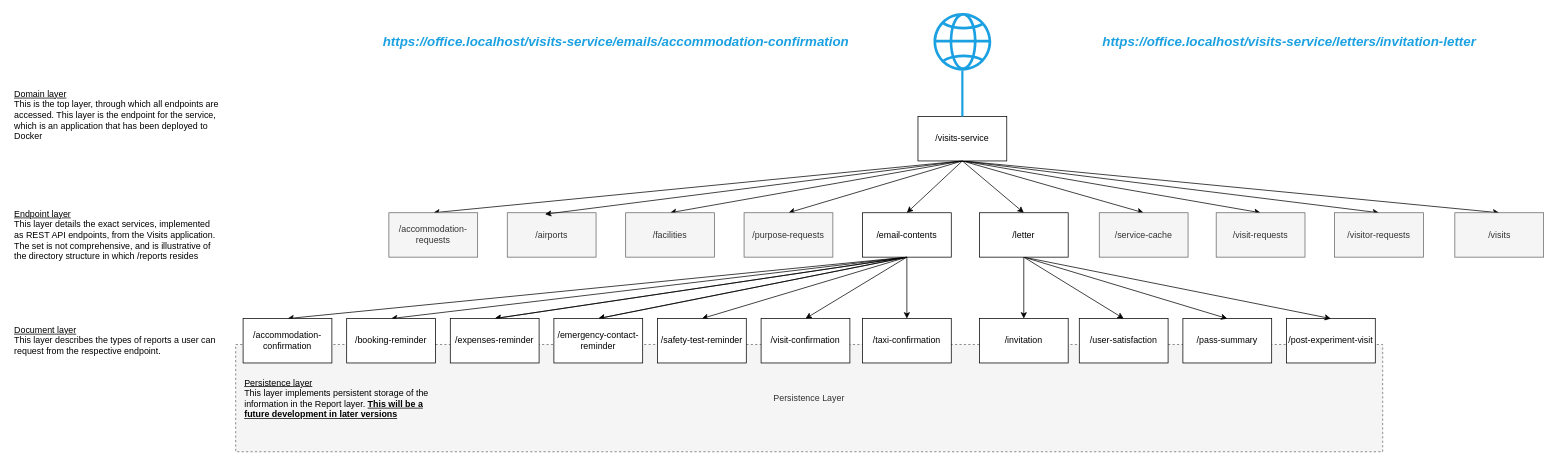
The draw.io diagram Service URL hierarchy.drawio in ambolt314/FinalProjectDesign, before the edit. Source tidied: cells renumbered, new cells numbered last; positions are measured from the earlier drawing's top-left corner, leaving out a move shared by most shapes. Both pictures are drawn from the tidied source at 74%, with x=0, y=0 at pixel (13, 13).
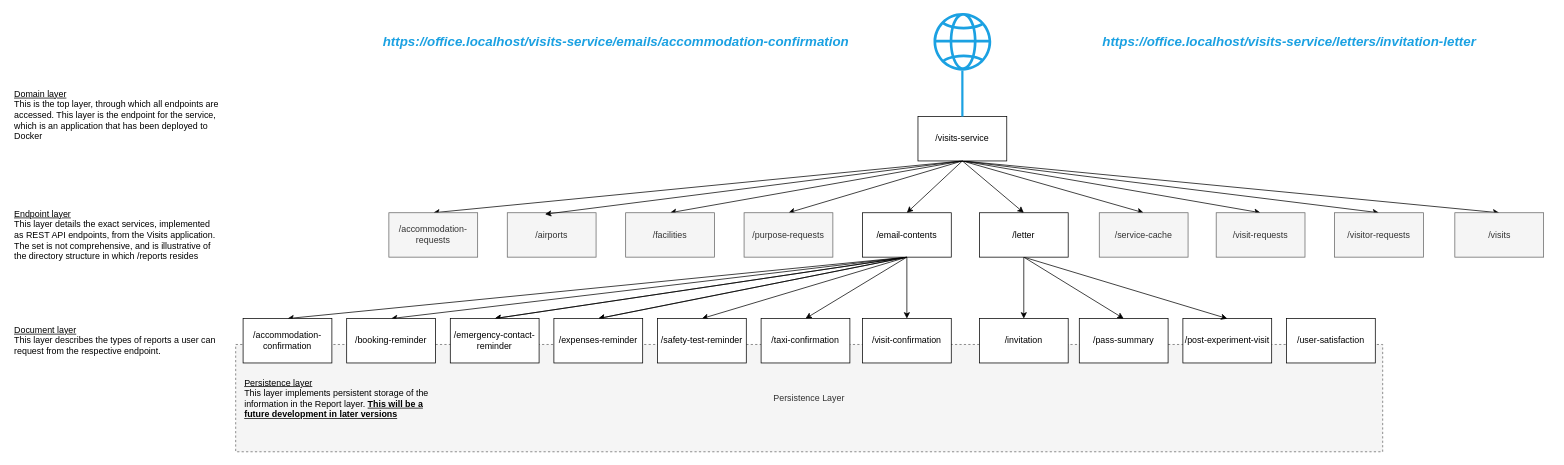
The same diagram, later.

Commit message:
Corrected alphabetical ordering

Unchanged cells that the change refers to:
```xml
<mxCell id="46" value="&lt;div&gt;/letter&lt;/div&gt;" style="rounded=0;whiteSpace=wrap;html=1;" parent="1" vertex="1">
  <mxGeometry x="1306" y="270" width="120" height="60" as="geometry" />
</mxCell>
```

Diff of the diagram source:
```diff
@@
-    <mxCell id="20" value="/visit-confirmation" style="rounded=0;whiteSpace=wrap;html=1;" parent="1" vertex="1">
+    <mxCell id="20" value="/taxi-confirmation" style="rounded=0;whiteSpace=wrap;html=1;" parent="1" vertex="1">
       <mxGeometry x="1011" y="413" width="120" height="60" as="geometry" />
     </mxCell>
@@
-    <mxCell id="28" value="/taxi-confirmation" style="rounded=0;whiteSpace=wrap;html=1;" parent="1" vertex="1">
+    <mxCell id="28" value="/visit-confirmation" style="rounded=0;whiteSpace=wrap;html=1;" parent="1" vertex="1">
       <mxGeometry x="1148" y="413" width="120" height="60" as="geometry" />
     </mxCell>
@@
     <mxCell id="36" value="/pass-summary" style="rounded=0;whiteSpace=wrap;html=1;" parent="1" vertex="1">
-      <mxGeometry x="1581" y="413" width="120" height="60" as="geometry" />
+      <mxGeometry x="1441" y="413" width="120" height="60" as="geometry" />
     </mxCell>
     <mxCell id="37" value="/post-experiment-visit" style="rounded=0;whiteSpace=wrap;html=1;" parent="1" vertex="1">
-      <mxGeometry x="1721" y="413" width="120" height="60" as="geometry" />
+      <mxGeometry x="1581" y="413" width="120" height="60" as="geometry" />
     </mxCell>
@@
     <mxCell id="39" value="/user-satisfaction" style="rounded=0;whiteSpace=wrap;html=1;" parent="1" vertex="1">
-      <mxGeometry x="1441" y="413" width="120" height="60" as="geometry" />
+      <mxGeometry x="1721" y="413" width="120" height="60" as="geometry" />
     </mxCell>
@@
-    <mxCell id="44" style="edgeStyle=none;rounded=0;jettySize=auto;html=1;entryX=0.5;entryY=0;entryDx=0;entryDy=0;exitX=0.5;exitY=1;exitDx=0;exitDy=0;" parent="1" edge="1" source="46" target="39">
-      <mxGeometry relative="1" as="geometry" />
-    </mxCell>
@@
-    <mxCell id="52" value="/emergency-contact-reminder" style="rounded=0;whiteSpace=wrap;html=1;" parent="1" vertex="1">
+    <mxCell id="52" value="/expenses-reminder" style="rounded=0;whiteSpace=wrap;html=1;" parent="1" vertex="1">
       <mxGeometry x="731" y="413" width="120" height="60" as="geometry" />
     </mxCell>
@@
-    <mxCell id="54" value="/expenses-reminder" style="rounded=0;whiteSpace=wrap;html=1;" parent="1" vertex="1">
+    <mxCell id="54" value="/emergency-contact-reminder" style="rounded=0;whiteSpace=wrap;html=1;" parent="1" vertex="1">
       <mxGeometry x="591" y="413" width="120" height="60" as="geometry" />
     </mxCell>
```
